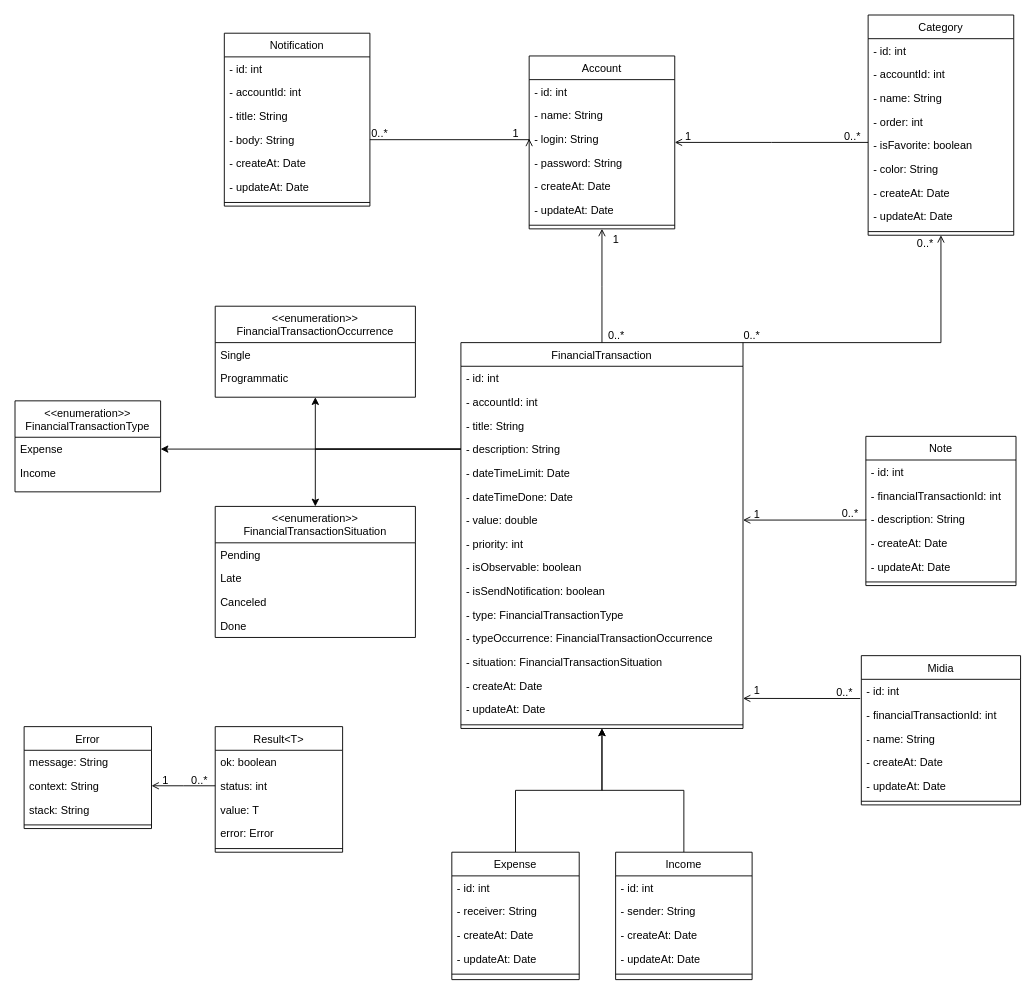
Danrley-Ruan-Saquetti/esliph-finance keeps this draw.io diagram as docs/class.diagram.drawio. Above is the earlier version. Source tidied: cells renumbered, new cells numbered last; positions are measured from the earlier drawing's top-left corner, leaving out a move shared by most shapes. Both pictures are drawn from the tidied source at 91%, with x=0, y=0 at pixel (15, 15).
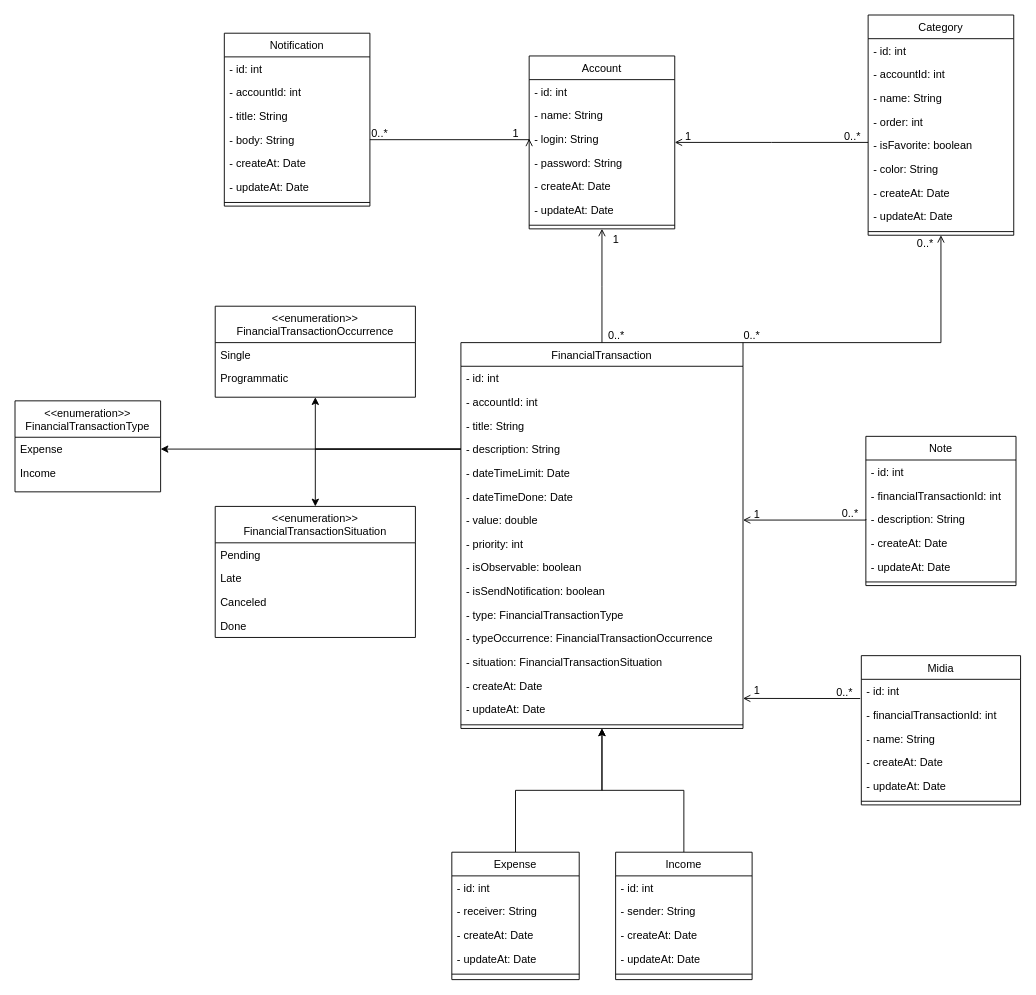
The same diagram, later.

Commit message:
Remove Class Util of the Diagram UC

Diff of the diagram source:
```diff
@@
-    <mxCell id="104" value="Result&lt;T&gt;" style="swimlane;fontStyle=0;align=center;verticalAlign=top;horizontal=1;startSize=26;rounded=0;shadow=0;strokeWidth=1;" parent="1" vertex="1">
-      <mxGeometry x="220" y="782" width="140" height="138" as="geometry" />
-    </mxCell>
-    <mxCell id="105" value="ok: boolean" style="text;align=left;verticalAlign=top;spacingLeft=4;spacingRight=4;overflow=hidden;" parent="104" vertex="1">
-      <mxGeometry y="26" width="140" height="26" as="geometry" />
-    </mxCell>
-    <mxCell id="106" value="status: int" style="text;align=left;verticalAlign=top;spacingLeft=4;spacingRight=4;overflow=hidden;points=[[0,0.5],[1,0.5]];portConstraint=eastwest;" parent="104" vertex="1">
-      <mxGeometry y="52" width="140" height="26" as="geometry" />
-    </mxCell>
-    <mxCell id="107" value="value: T" style="text;align=left;verticalAlign=top;spacingLeft=4;spacingRight=4;overflow=hidden;" parent="104" vertex="1">
-      <mxGeometry y="78" width="140" height="26" as="geometry" />
-    </mxCell>
-    <mxCell id="108" value="error: Error" style="text;align=left;verticalAlign=top;spacingLeft=4;spacingRight=4;overflow=hidden;" parent="104" vertex="1">
-      <mxGeometry y="104" width="140" height="26" as="geometry" />
-    </mxCell>
-    <mxCell id="109" style="line;html=1;strokeWidth=1;align=left;verticalAlign=middle;spacingTop=-1;spacingLeft=3;spacingRight=3;labelPosition=right;" parent="104" vertex="1">
-      <mxGeometry y="130" width="140" height="8" as="geometry" />
-    </mxCell>
-    <mxCell id="110" value="Error" style="swimlane;fontStyle=0;align=center;verticalAlign=top;horizontal=1;startSize=26;rounded=0;shadow=0;strokeWidth=1;" parent="1" vertex="1">
-      <mxGeometry x="10" y="782" width="140" height="112" as="geometry" />
-    </mxCell>
-    <mxCell id="111" value="message: String" style="text;align=left;verticalAlign=top;spacingLeft=4;spacingRight=4;overflow=hidden;" parent="110" vertex="1">
-      <mxGeometry y="26" width="140" height="26" as="geometry" />
-    </mxCell>
-    <mxCell id="112" value="context: String" style="text;align=left;verticalAlign=top;spacingLeft=4;spacingRight=4;overflow=hidden;points=[[0,0.5],[1,0.5]];portConstraint=eastwest;" parent="110" vertex="1">
-      <mxGeometry y="52" width="140" height="26" as="geometry" />
-    </mxCell>
-    <mxCell id="113" value="stack: String" style="text;align=left;verticalAlign=top;spacingLeft=4;spacingRight=4;overflow=hidden;" parent="110" vertex="1">
-      <mxGeometry y="78" width="140" height="26" as="geometry" />
-    </mxCell>
-    <mxCell id="114" style="line;html=1;strokeWidth=1;align=left;verticalAlign=middle;spacingTop=-1;spacingLeft=3;spacingRight=3;labelPosition=right;" parent="110" vertex="1">
-      <mxGeometry y="104" width="140" height="8" as="geometry" />
-    </mxCell>
-    <mxCell id="115" style="endArrow=open;shadow=0;strokeWidth=1;rounded=0;endFill=1;edgeStyle=elbowEdgeStyle;elbow=vertical;entryX=1;entryY=0.5;entryDx=0;entryDy=0;exitX=0;exitY=0.5;exitDx=0;exitDy=0;" parent="1" edge="1" source="106" target="112">
-      <mxGeometry x="0.5" y="41" relative="1" as="geometry">
-        <mxPoint x="-40" y="32" as="offset" />
-      </mxGeometry>
-    </mxCell>
-    <mxCell id="116" value="0..*" style="align=left;verticalAlign=bottom;labelBackgroundColor=none;fontSize=12;" parent="115" vertex="1">
-      <mxGeometry x="-1" relative="1" as="geometry">
-        <mxPoint x="-28" y="2" as="offset" />
-      </mxGeometry>
-    </mxCell>
-    <mxCell id="117" value="1" style="align=right;verticalAlign=bottom;labelBackgroundColor=none;fontSize=12;" parent="115" vertex="1">
-      <mxGeometry x="1" relative="1" as="geometry">
-        <mxPoint x="20" y="2" as="offset" />
-      </mxGeometry>
-    </mxCell>
```
